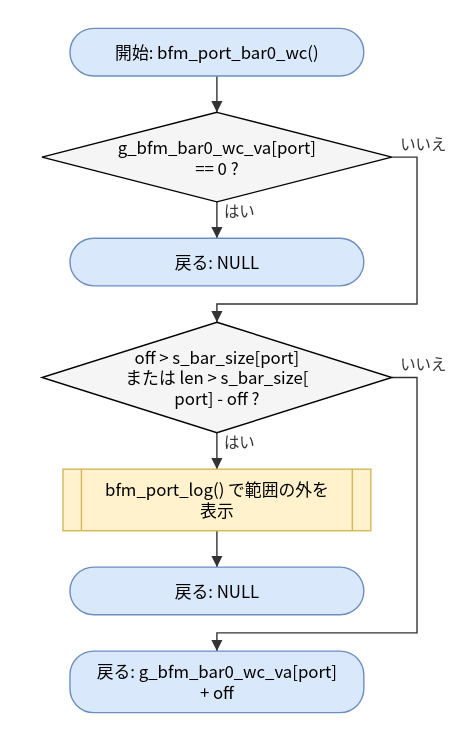
This is doc/spec/images/flow_port_vxworks_port_vxworks-bfm_port_bar0_wc.drawio.svg from hf355051012-ai/bfmem, a draw.io export, as it was before one commit. Source tidied: cells renumbered, new cells last; positions are measured from the earlier drawing's top-left corner, leaving out a move shared by most shapes.
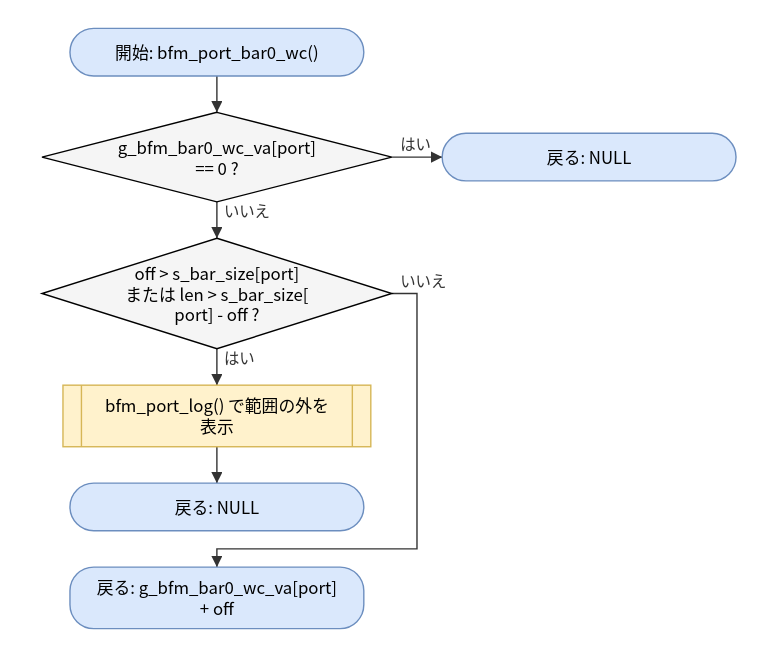
The same file after the commit.

The edit, as a diff of the source:
```diff
@@ -3,13 +3,13 @@
     <mxCell id="0" />
     <mxCell id="1" parent="0" />
     <mxCell id="2" value="開始: bfm_port_bar0_wc()" style="rounded=1;arcSize=50;whiteSpace=wrap;html=1;fillColor=#dae8fc;strokeColor=#6c8ebf;" parent="1" vertex="1">
-      <mxGeometry x="20" width="210" height="34" as="geometry" />
+      <mxGeometry x="20" y="60" width="210" height="34" as="geometry" />
     </mxCell>
     <mxCell id="3" value="g_bfm_bar0_wc_va[port]&lt;br&gt;== 0 ?" style="rhombus;whiteSpace=wrap;html=1;fillColor=#f5f5f5;" parent="1" vertex="1">
-      <mxGeometry y="60" width="250" height="64" as="geometry" />
+      <mxGeometry y="120" width="250" height="64" as="geometry" />
     </mxCell>
     <mxCell id="4" value="戻る: NULL" style="rounded=1;arcSize=50;whiteSpace=wrap;html=1;fillColor=#dae8fc;strokeColor=#6c8ebf;" parent="1" vertex="1">
-      <mxGeometry x="20" y="150" width="210" height="34" as="geometry" />
+      <mxGeometry x="286" y="135" width="210" height="34" as="geometry" />
     </mxCell>
     <mxCell id="5" value="off &amp;gt; s_bar_size[port]&lt;br&gt;または len &amp;gt; s_bar_size[&lt;br&gt;port] - off ?" style="rhombus;whiteSpace=wrap;html=1;fillColor=#f5f5f5;" parent="1" vertex="1">
       <mxGeometry y="210" width="250" height="79" as="geometry" />
@@ -26,17 +26,11 @@
     <mxCell id="9" style="edgeStyle=none;html=1;rounded=0;endArrow=block;endFill=1;exitX=0.5000;exitY=1.0000;exitDx=0;exitDy=0;exitPerimeter=0;entryX=0.5000;entryY=0.0000;entryDx=0;entryDy=0;entryPerimeter=0;" parent="1" edge="1" source="2" target="3">
       <mxGeometry relative="1" as="geometry" />
     </mxCell>
-    <mxCell id="10" value="はい" style="edgeStyle=none;html=1;rounded=0;endArrow=block;endFill=1;exitX=0.5000;exitY=1.0000;exitDx=0;exitDy=0;exitPerimeter=0;entryX=0.5000;entryY=0.0000;entryDx=0;entryDy=0;entryPerimeter=0;" parent="1" edge="1" source="3" target="4">
+    <mxCell id="10" value="はい" style="edgeStyle=none;html=1;rounded=0;endArrow=block;endFill=1;exitX=1.0000;exitY=0.5000;exitDx=0;exitDy=0;exitPerimeter=0;entryX=0.0000;entryY=0.5000;entryDx=0;entryDy=0;entryPerimeter=0;" parent="1" edge="1" source="3" target="4">
       <mxGeometry relative="1" as="geometry" />
     </mxCell>
-    <mxCell id="11" value="いいえ" style="edgeStyle=none;html=1;rounded=0;endArrow=block;endFill=1;exitX=1.0000;exitY=0.5000;exitDx=0;exitDy=0;exitPerimeter=0;entryX=0.5000;entryY=0.0000;entryDx=0;entryDy=0;entryPerimeter=0;" parent="1" edge="1" source="3" target="5">
-      <mxGeometry relative="1" as="geometry">
-        <Array as="points">
-          <mxPoint x="268" y="92" />
-          <mxPoint x="268" y="197" />
-          <mxPoint x="125" y="197" />
-        </Array>
-      </mxGeometry>
+    <mxCell id="11" value="いいえ" style="edgeStyle=none;html=1;rounded=0;endArrow=block;endFill=1;exitX=0.5000;exitY=1.0000;exitDx=0;exitDy=0;exitPerimeter=0;entryX=0.5000;entryY=0.0000;entryDx=0;entryDy=0;entryPerimeter=0;" parent="1" edge="1" source="3" target="5">
+      <mxGeometry relative="1" as="geometry" />
     </mxCell>
     <mxCell id="12" value="はい" style="edgeStyle=none;html=1;rounded=0;endArrow=block;endFill=1;exitX=0.5000;exitY=1.0000;exitDx=0;exitDy=0;exitPerimeter=0;entryX=0.5000;entryY=0.0000;entryDx=0;entryDy=0;entryPerimeter=0;" parent="1" edge="1" source="5" target="6">
       <mxGeometry relative="1" as="geometry" />
```
